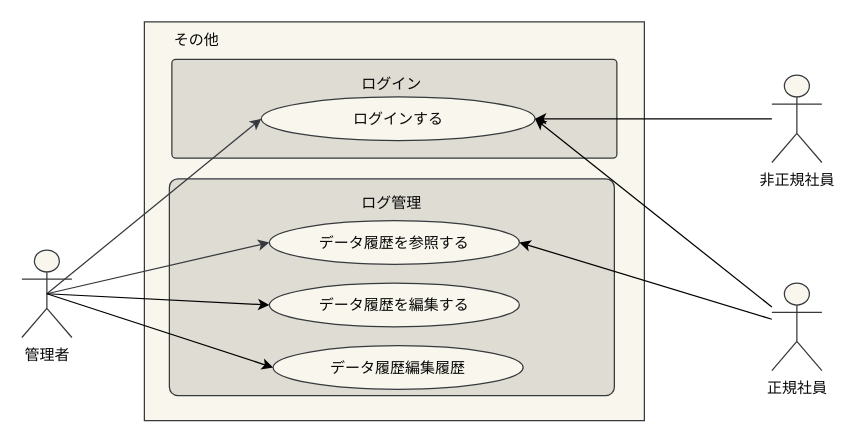
This is page "その他_ユースケース図" (3 of 3) of 各種設計書/2ユースケース図_済/ユースケース図.drawio from HaruShim/Sotuken, a draw.io file, before an edit. Source tidied: cells renumbered, new cells numbered last; positions are measured from the earlier drawing's top-left corner, leaving out a move shared by most shapes. Both pictures are drawn from the tidied source at 125%, with x=0, y=0 at pixel (21, 21).
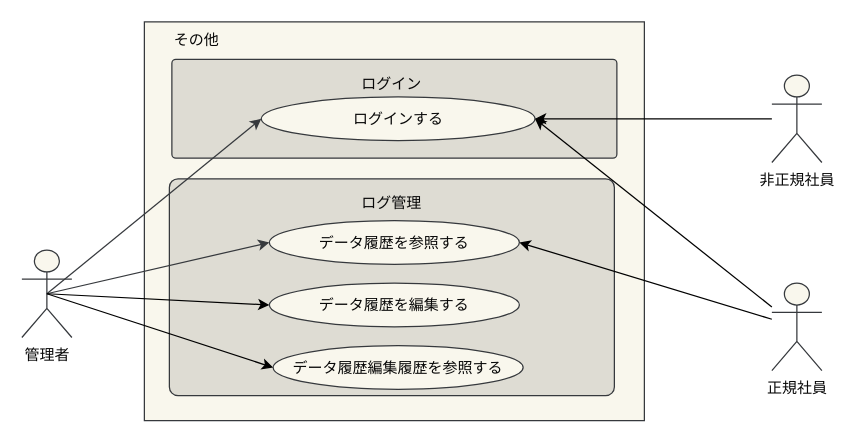
The same diagram, later.

The edit, as a diff of the source:
```diff
@@
-    <mxCell id="17" value="データ履歴編集履歴" style="ellipse;whiteSpace=wrap;html=1;strokeColor=#36393d;fillColor=#f9f7ed;fontColor=#080808;" parent="1" vertex="1">
+    <mxCell id="17" value="データ履歴編集履歴を参照する" style="ellipse;whiteSpace=wrap;html=1;strokeColor=#36393d;fillColor=#f9f7ed;fontColor=#080808;" parent="1" vertex="1">
       <mxGeometry x="201" y="259" width="200" height="35" as="geometry" />
     </mxCell>
```
